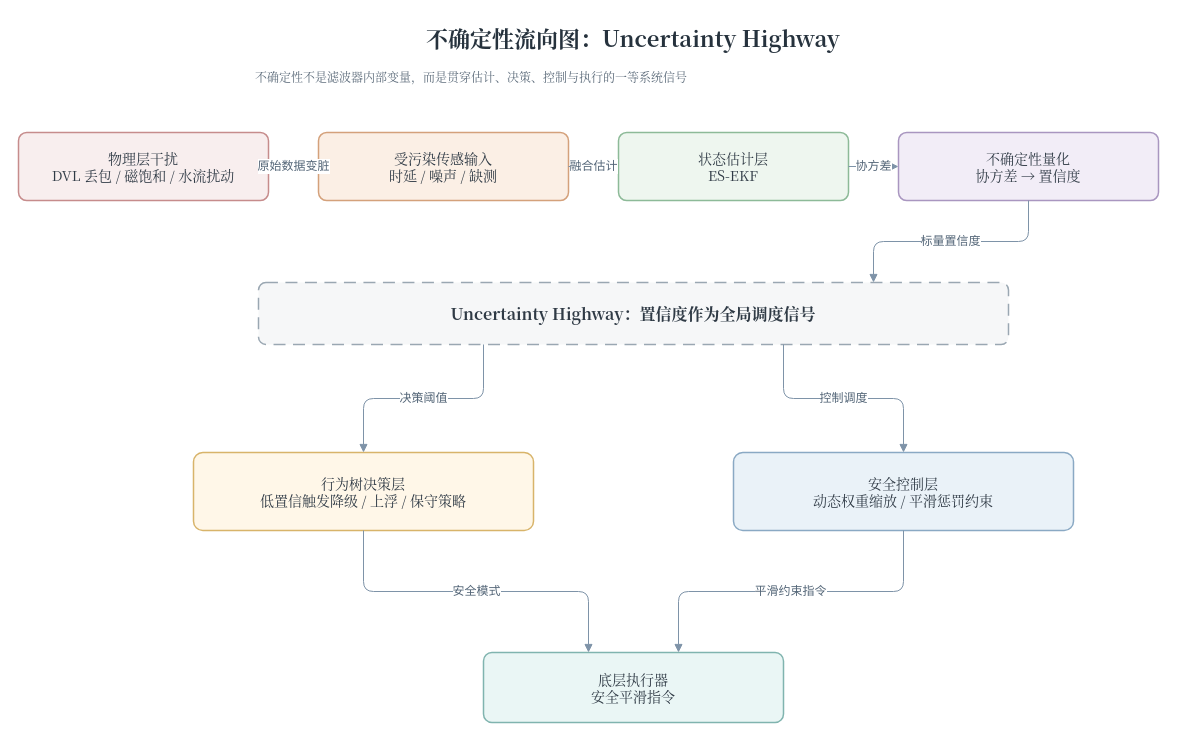
Above: docs/thesis/figures/architecture/auv_v2_uncertainty_highway.drawio in 360ZMEM/AUV-Master-Project (draw.io), before the change. Source tidied: cells renumbered, new cells numbered last; positions are measured from the earlier drawing's top-left corner, leaving out a move shared by most shapes. Both pictures are drawn from the tidied source at 100%, with x=0, y=0 at pixel (18, 17).
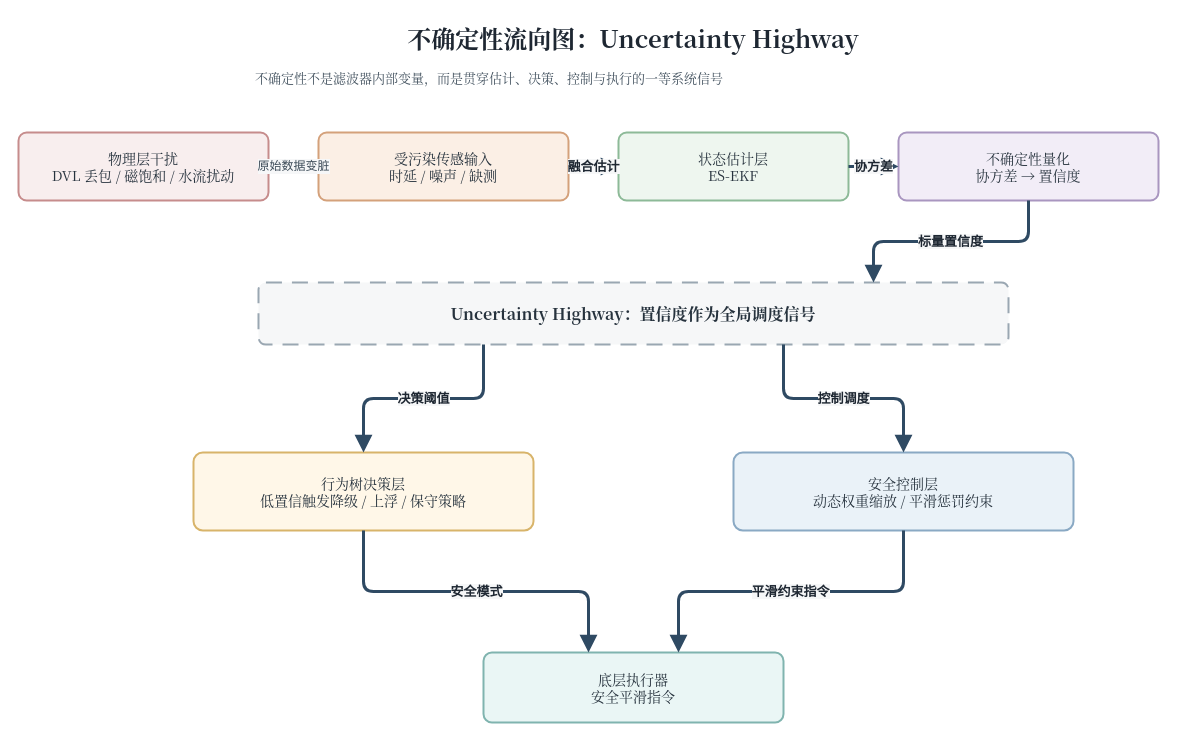
The same diagram, later.

Change to the diagram source:
```diff
@@
 <mxGraphModel>
   <root>
     <mxCell id="0" />
     <mxCell id="1" parent="0" />
-    <mxCell id="2" value="不确定性流向图：Uncertainty Highway" style="text;html=1;strokeColor=none;fillColor=none;align=center;verticalAlign=middle;whiteSpace=wrap;rounded=0;fontFamily=Noto Serif CJK SC,Times New Roman;fontSize=22;fontStyle=1;fontColor=#26323D;" parent="1" vertex="1">
+    <mxCell id="2" value="不确定性流向图：Uncertainty Highway" style="text;html=1;strokeColor=none;fillColor=none;align=center;verticalAlign=middle;whiteSpace=wrap;rounded=0;fontFamily=Noto Serif CJK SC,Times New Roman;fontSize=24;fontStyle=1;fontColor=#1E2732;" parent="1" vertex="1">
       <mxGeometry x="215" width="800" height="42" as="geometry" />
     </mxCell>
-    <mxCell id="3" value="不确定性不是滤波器内部变量，而是贯穿估计、决策、控制与执行的一等系统信号" style="text;html=1;strokeColor=none;fillColor=none;align=left;verticalAlign=top;whiteSpace=wrap;rounded=0;fontFamily=Noto Serif CJK SC,Times New Roman;fontSize=12;fontColor=#5C6B7A;" parent="1" vertex="1">
+    <mxCell id="3" value="不确定性不是滤波器内部变量，而是贯穿估计、决策、控制与执行的一等系统信号" style="text;html=1;strokeColor=none;fillColor=none;align=left;verticalAlign=top;whiteSpace=wrap;rounded=0;fontFamily=Noto Serif CJK SC,Times New Roman;fontSize=13;fontColor=#43525F;" parent="1" vertex="1">
       <mxGeometry x="235" y="46" width="760" height="34" as="geometry" />
     </mxCell>
-    <mxCell id="4" value="物理层干扰&#10;DVL 丢包 / 磁饱和 / 水流扰动" style="rounded=1;whiteSpace=wrap;html=1;arcSize=12;fillColor=#F8EEEE;strokeColor=#C68C8C;strokeWidth=1.5;spacing=8;fontFamily=Noto Serif CJK SC,Times New Roman;fontSize=14;fontColor=#2F3A45;" parent="1" vertex="1">
+    <mxCell id="4" value="物理层干扰&#10;DVL 丢包 / 磁饱和 / 水流扰动" style="rounded=1;whiteSpace=wrap;html=1;arcSize=12;fillColor=#F8EEEE;strokeColor=#C68C8C;strokeWidth=2;spacing=8;shadow=0;fontFamily=Noto Serif CJK SC,Times New Roman;fontSize=14;fontColor=#26323D;" parent="1" vertex="1">
       <mxGeometry y="115" width="250" height="68" as="geometry" />
     </mxCell>
-    <mxCell id="5" value="受污染传感输入&#10;时延 / 噪声 / 缺测" style="rounded=1;whiteSpace=wrap;html=1;arcSize=12;fillColor=#FBEFE5;strokeColor=#D4A17B;strokeWidth=1.5;spacing=8;fontFamily=Noto Serif CJK SC,Times New Roman;fontSize=14;fontColor=#2F3A45;" parent="1" vertex="1">
+    <mxCell id="5" value="受污染传感输入&#10;时延 / 噪声 / 缺测" style="rounded=1;whiteSpace=wrap;html=1;arcSize=12;fillColor=#FBEFE5;strokeColor=#D4A17B;strokeWidth=2;spacing=8;shadow=0;fontFamily=Noto Serif CJK SC,Times New Roman;fontSize=14;fontColor=#26323D;" parent="1" vertex="1">
       <mxGeometry x="300" y="115" width="250" height="68" as="geometry" />
     </mxCell>
-    <mxCell id="6" value="状态估计层&#10;ES-EKF" style="rounded=1;whiteSpace=wrap;html=1;arcSize=12;fillColor=#EEF6EF;strokeColor=#8DBA98;strokeWidth=1.5;spacing=8;fontFamily=Noto Serif CJK SC,Times New Roman;fontSize=14;fontColor=#2F3A45;" parent="1" vertex="1">
+    <mxCell id="6" value="状态估计层&#10;ES-EKF" style="rounded=1;whiteSpace=wrap;html=1;arcSize=12;fillColor=#EEF6EF;strokeColor=#8DBA98;strokeWidth=2;spacing=8;shadow=0;fontFamily=Noto Serif CJK SC,Times New Roman;fontSize=14;fontColor=#26323D;" parent="1" vertex="1">
       <mxGeometry x="600" y="115" width="230" height="68" as="geometry" />
     </mxCell>
-    <mxCell id="7" value="不确定性量化&#10;协方差 → 置信度" style="rounded=1;whiteSpace=wrap;html=1;arcSize=12;fillColor=#F2EDF7;strokeColor=#A996C0;strokeWidth=1.5;spacing=8;fontFamily=Noto Serif CJK SC,Times New Roman;fontSize=14;fontColor=#2F3A45;" parent="1" vertex="1">
+    <mxCell id="7" value="不确定性量化&#10;协方差 → 置信度" style="rounded=1;whiteSpace=wrap;html=1;arcSize=12;fillColor=#F2EDF7;strokeColor=#A996C0;strokeWidth=2;spacing=8;shadow=0;fontFamily=Noto Serif CJK SC,Times New Roman;fontSize=14;fontColor=#26323D;" parent="1" vertex="1">
       <mxGeometry x="880" y="115" width="260" height="68" as="geometry" />
     </mxCell>
-    <mxCell id="8" value="Uncertainty Highway：置信度作为全局调度信号" style="rounded=1;whiteSpace=wrap;html=1;arcSize=12;fillColor=#F6F7F8;strokeColor=#9AA7B2;strokeWidth=1.5;spacing=8;fontFamily=Noto Serif CJK SC,Times New Roman;fontSize=14;fontColor=#2F3A45;dashed=1;dashPattern=8 5;fontStyle=1;fontSize=16;" parent="1" vertex="1">
+    <mxCell id="8" value="Uncertainty Highway：置信度作为全局调度信号" style="rounded=1;whiteSpace=wrap;html=1;arcSize=12;fillColor=#F6F7F8;strokeColor=#9AA7B2;strokeWidth=2;spacing=8;shadow=0;fontFamily=Noto Serif CJK SC,Times New Roman;fontSize=14;fontColor=#26323D;dashed=1;dashPattern=8 5;fontStyle=1;fontSize=16;" parent="1" vertex="1">
       <mxGeometry x="240" y="265" width="750" height="62" as="geometry" />
     </mxCell>
-    <mxCell id="9" value="行为树决策层&#10;低置信触发降级 / 上浮 / 保守策略" style="rounded=1;whiteSpace=wrap;html=1;arcSize=12;fillColor=#FFF7E8;strokeColor=#D8B46A;strokeWidth=1.5;spacing=8;fontFamily=Noto Serif CJK SC,Times New Roman;fontSize=14;fontColor=#2F3A45;" parent="1" vertex="1">
+    <mxCell id="9" value="行为树决策层&#10;低置信触发降级 / 上浮 / 保守策略" style="rounded=1;whiteSpace=wrap;html=1;arcSize=12;fillColor=#FFF7E8;strokeColor=#D8B46A;strokeWidth=2;spacing=8;shadow=0;fontFamily=Noto Serif CJK SC,Times New Roman;fontSize=14;fontColor=#26323D;" parent="1" vertex="1">
       <mxGeometry x="175" y="435" width="340" height="78" as="geometry" />
     </mxCell>
-    <mxCell id="10" value="安全控制层&#10;动态权重缩放 / 平滑惩罚约束" style="rounded=1;whiteSpace=wrap;html=1;arcSize=12;fillColor=#EAF2F8;strokeColor=#8AA9C4;strokeWidth=1.5;spacing=8;fontFamily=Noto Serif CJK SC,Times New Roman;fontSize=14;fontColor=#2F3A45;" parent="1" vertex="1">
+    <mxCell id="10" value="安全控制层&#10;动态权重缩放 / 平滑惩罚约束" style="rounded=1;whiteSpace=wrap;html=1;arcSize=12;fillColor=#EAF2F8;strokeColor=#8AA9C4;strokeWidth=2;spacing=8;shadow=0;fontFamily=Noto Serif CJK SC,Times New Roman;fontSize=14;fontColor=#26323D;" parent="1" vertex="1">
       <mxGeometry x="715" y="435" width="340" height="78" as="geometry" />
     </mxCell>
-    <mxCell id="11" value="底层执行器&#10;安全平滑指令" style="rounded=1;whiteSpace=wrap;html=1;arcSize=12;fillColor=#EAF6F5;strokeColor=#80B4AF;strokeWidth=1.5;spacing=8;fontFamily=Noto Serif CJK SC,Times New Roman;fontSize=14;fontColor=#2F3A45;" parent="1" vertex="1">
+    <mxCell id="11" value="底层执行器&#10;安全平滑指令" style="rounded=1;whiteSpace=wrap;html=1;arcSize=12;fillColor=#EAF6F5;strokeColor=#80B4AF;strokeWidth=2;spacing=8;shadow=0;fontFamily=Noto Serif CJK SC,Times New Roman;fontSize=14;fontColor=#26323D;" parent="1" vertex="1">
       <mxGeometry x="465" y="635" width="300" height="70" as="geometry" />
     </mxCell>
-    <mxCell id="12" value="原始数据变脏" style="edgeStyle=orthogonalEdgeStyle;rounded=1;jettySize=auto;html=1;strokeColor=#7E93A8;fontColor=#536577;fontSize=12;endArrow=block;endFill=1;exitX=1;entryX=0;" parent="1" edge="1" source="4" target="5">
+    <mxCell id="12" value="原始数据变脏" style="edgeStyle=orthogonalEdgeStyle;rounded=1;jettySize=auto;html=1;strokeColor=#5F7690;fontColor=#3B4A57;fontSize=12;strokeWidth=2;labelBackgroundColor=#F6F7F8;labelBorderColor=none;endArrow=block;endFill=1;endSize=8;exitX=1;entryX=0;" parent="1" edge="1" source="4" target="5">
       <mxGeometry relative="1" as="geometry" />
     </mxCell>
-    <mxCell id="13" value="融合估计" style="edgeStyle=orthogonalEdgeStyle;rounded=1;jettySize=auto;html=1;strokeColor=#7E93A8;fontColor=#536577;fontSize=12;endArrow=block;endFill=1;exitX=1;entryX=0;" parent="1" edge="1" source="5" target="6">
+    <mxCell id="13" value="融合估计" style="edgeStyle=orthogonalEdgeStyle;rounded=1;jettySize=auto;html=1;strokeColor=#2F4A63;fontColor=#1E2732;fontSize=13;fontStyle=1;strokeWidth=3;labelBackgroundColor=#F6F7F8;labelBorderColor=none;endArrow=block;endFill=1;endSize=10;exitX=1;entryX=0;" parent="1" edge="1" source="5" target="6">
       <mxGeometry relative="1" as="geometry" />
     </mxCell>
-    <mxCell id="14" value="协方差" style="edgeStyle=orthogonalEdgeStyle;rounded=1;jettySize=auto;html=1;strokeColor=#7E93A8;fontColor=#536577;fontSize=12;endArrow=block;endFill=1;exitX=1;entryX=0;" parent="1" edge="1" source="6" target="7">
+    <mxCell id="14" value="协方差" style="edgeStyle=orthogonalEdgeStyle;rounded=1;jettySize=auto;html=1;strokeColor=#2F4A63;fontColor=#1E2732;fontSize=13;fontStyle=1;strokeWidth=3;labelBackgroundColor=#F6F7F8;labelBorderColor=none;endArrow=block;endFill=1;endSize=10;exitX=1;entryX=0;" parent="1" edge="1" source="6" target="7">
       <mxGeometry relative="1" as="geometry" />
     </mxCell>
-    <mxCell id="15" value="标量置信度" style="edgeStyle=orthogonalEdgeStyle;rounded=1;jettySize=auto;html=1;strokeColor=#7E93A8;fontColor=#536577;fontSize=12;endArrow=block;endFill=1;exitX=0.5;exitY=1;entryX=0.82;entryY=0;" parent="1" edge="1" source="7" target="8">
+    <mxCell id="15" value="标量置信度" style="edgeStyle=orthogonalEdgeStyle;rounded=1;jettySize=auto;html=1;strokeColor=#2F4A63;fontColor=#1E2732;fontSize=13;fontStyle=1;strokeWidth=3;labelBackgroundColor=#F6F7F8;labelBorderColor=none;endArrow=block;endFill=1;endSize=10;exitX=0.5;exitY=1;entryX=0.82;entryY=0;" parent="1" edge="1" source="7" target="8">
       <mxGeometry relative="1" as="geometry" />
     </mxCell>
-    <mxCell id="16" value="决策阈值" style="edgeStyle=orthogonalEdgeStyle;rounded=1;jettySize=auto;html=1;strokeColor=#7E93A8;fontColor=#536577;fontSize=12;endArrow=block;endFill=1;exitX=0.3;exitY=1;entryX=0.5;entryY=0;" parent="1" edge="1" source="8" target="9">
+    <mxCell id="16" value="决策阈值" style="edgeStyle=orthogonalEdgeStyle;rounded=1;jettySize=auto;html=1;strokeColor=#2F4A63;fontColor=#1E2732;fontSize=13;fontStyle=1;strokeWidth=3;labelBackgroundColor=#F6F7F8;labelBorderColor=none;endArrow=block;endFill=1;endSize=10;exitX=0.3;exitY=1;entryX=0.5;entryY=0;" parent="1" edge="1" source="8" target="9">
       <mxGeometry relative="1" as="geometry" />
     </mxCell>
-    <mxCell id="17" value="控制调度" style="edgeStyle=orthogonalEdgeStyle;rounded=1;jettySize=auto;html=1;strokeColor=#7E93A8;fontColor=#536577;fontSize=12;endArrow=block;endFill=1;exitX=0.7;exitY=1;entryX=0.5;entryY=0;" parent="1" edge="1" source="8" target="10">
+    <mxCell id="17" value="控制调度" style="edgeStyle=orthogonalEdgeStyle;rounded=1;jettySize=auto;html=1;strokeColor=#2F4A63;fontColor=#1E2732;fontSize=13;fontStyle=1;strokeWidth=3;labelBackgroundColor=#F6F7F8;labelBorderColor=none;endArrow=block;endFill=1;endSize=10;exitX=0.7;exitY=1;entryX=0.5;entryY=0;" parent="1" edge="1" source="8" target="10">
       <mxGeometry relative="1" as="geometry" />
     </mxCell>
-    <mxCell id="18" value="安全模式" style="edgeStyle=orthogonalEdgeStyle;rounded=1;jettySize=auto;html=1;strokeColor=#7E93A8;fontColor=#536577;fontSize=12;endArrow=block;endFill=1;exitX=0.5;exitY=1;entryX=0.35;entryY=0;" parent="1" edge="1" source="9" target="11">
+    <mxCell id="18" value="安全模式" style="edgeStyle=orthogonalEdgeStyle;rounded=1;jettySize=auto;html=1;strokeColor=#2F4A63;fontColor=#1E2732;fontSize=13;fontStyle=1;strokeWidth=3;labelBackgroundColor=#F6F7F8;labelBorderColor=none;endArrow=block;endFill=1;endSize=10;exitX=0.5;exitY=1;entryX=0.35;entryY=0;" parent="1" edge="1" source="9" target="11">
       <mxGeometry relative="1" as="geometry" />
     </mxCell>
-    <mxCell id="19" value="平滑约束指令" style="edgeStyle=orthogonalEdgeStyle;rounded=1;jettySize=auto;html=1;strokeColor=#7E93A8;fontColor=#536577;fontSize=12;endArrow=block;endFill=1;exitX=0.5;exitY=1;entryX=0.65;entryY=0;" parent="1" edge="1" source="10" target="11">
+    <mxCell id="19" value="平滑约束指令" style="edgeStyle=orthogonalEdgeStyle;rounded=1;jettySize=auto;html=1;strokeColor=#2F4A63;fontColor=#1E2732;fontSize=13;fontStyle=1;strokeWidth=3;labelBackgroundColor=#F6F7F8;labelBorderColor=none;endArrow=block;endFill=1;endSize=10;exitX=0.5;exitY=1;entryX=0.65;entryY=0;" parent="1" edge="1" source="10" target="11">
       <mxGeometry relative="1" as="geometry" />
     </mxCell>
   </root>
 </mxGraphModel>
```
